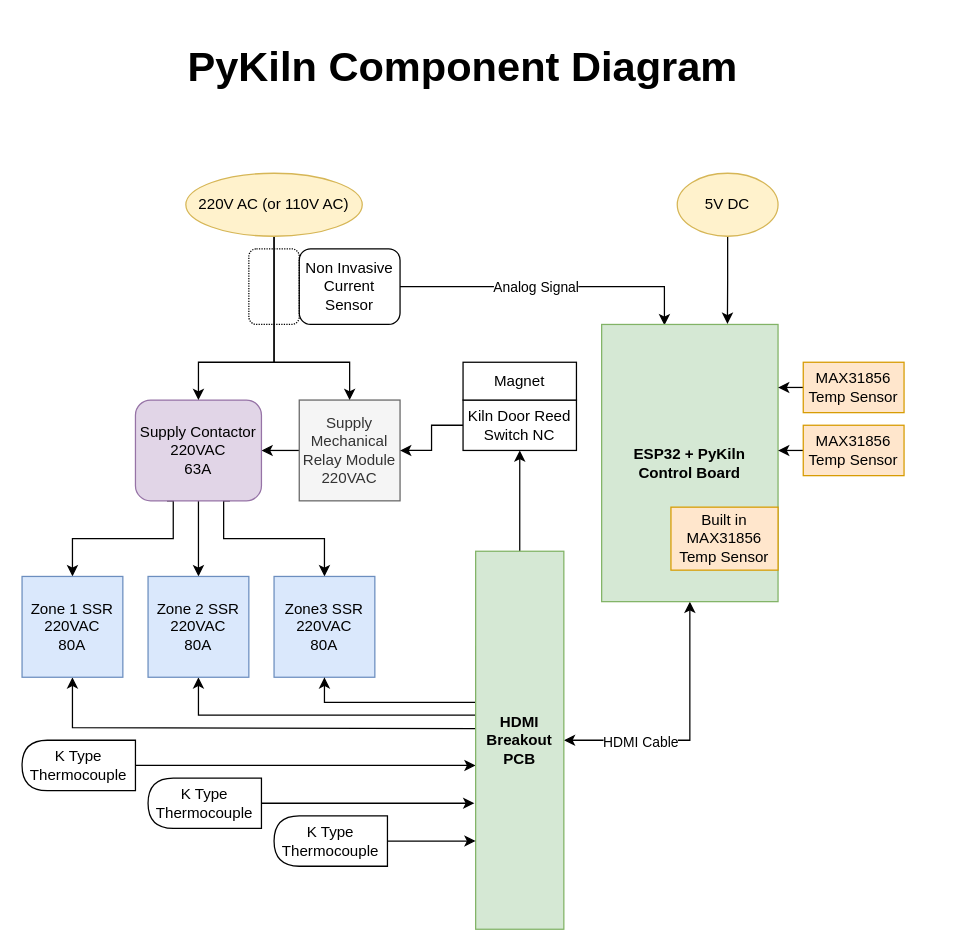
Before: wiring/pykiln-component-diagram.drawio in CurlyTaleGamesLLC/PyKiln, a draw.io diagram. Source tidied: cells renumbered, new cells numbered last; positions are measured from the earlier drawing's top-left corner, leaving out a move shared by most shapes. Both pictures are drawn from the tidied source at 126%, with x=0, y=0 at pixel (21, 21).
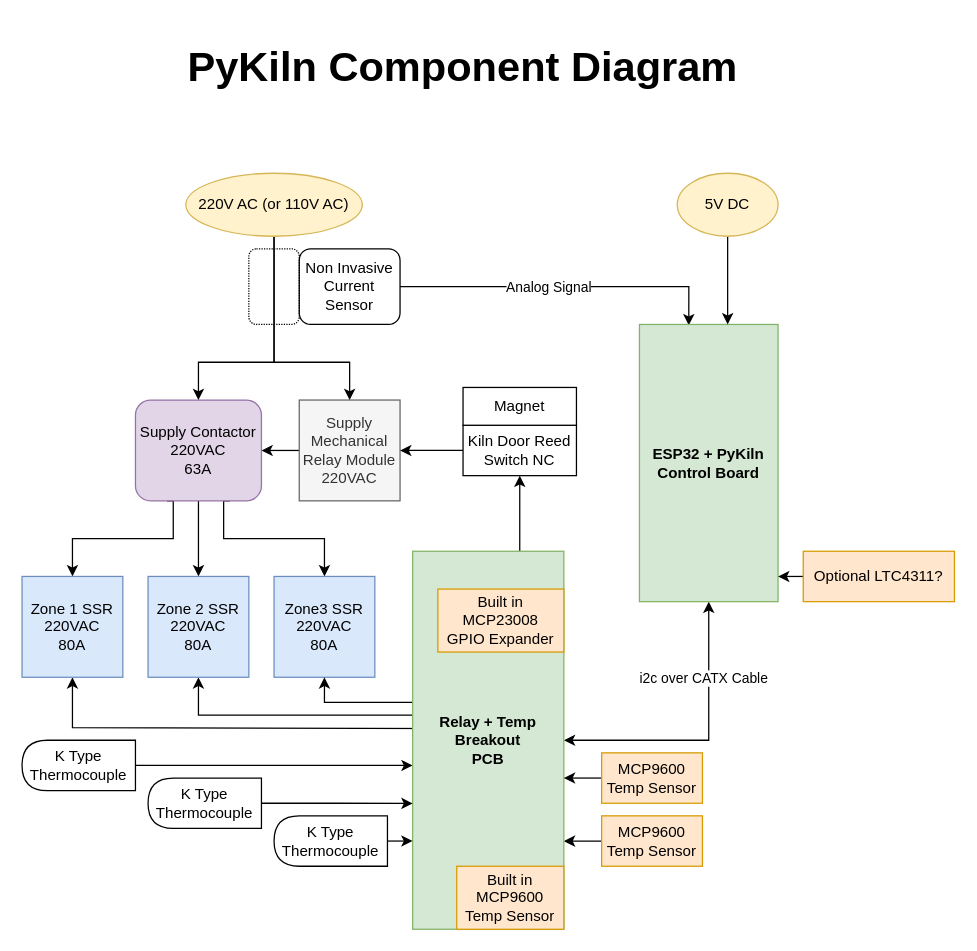
The same diagram, later.

The change refers to these unchanged cells:
```xml
<mxCell id="6" style="edgeStyle=orthogonalEdgeStyle;rounded=0;jettySize=auto;html=1;exitX=0.5;exitY=1;exitDx=0;exitDy=0;entryX=1;entryY=0.5;entryDx=0;entryDy=0;startArrow=classic;startFill=1;" parent="1" edge="1" source="8" target="35">
  <mxGeometry relative="1" as="geometry" />
</mxCell>
<mxCell id="27" value="K Type Thermocouple" style="shape=delay;whiteSpace=wrap;html=1;direction=west;" parent="1" vertex="1">
  <mxGeometry y="570" width="90" height="40" as="geometry" />
</mxCell>
<mxCell id="28" value="Non Invasive Current Sensor" style="rounded=1;whiteSpace=wrap;html=1;" parent="1" vertex="1">
  <mxGeometry x="220" y="180" width="80" height="60" as="geometry" />
</mxCell>
<mxCell id="31" value="5V DC" style="ellipse;whiteSpace=wrap;html=1;fontFamily=Helvetica;fontSize=12;align=center;strokeColor=#d6b656;fillColor=#fff2cc;" parent="1" vertex="1">
  <mxGeometry x="520" y="120" width="80" height="50" as="geometry" />
</mxCell>
<mxCell id="37" value="K Type Thermocouple" style="shape=delay;whiteSpace=wrap;html=1;direction=west;" parent="1" vertex="1">
  <mxGeometry x="100" y="600" width="90" height="40" as="geometry" />
</mxCell>
<mxCell id="39" value="K Type Thermocouple" style="shape=delay;whiteSpace=wrap;html=1;direction=west;" parent="1" vertex="1">
  <mxGeometry x="200" y="630" width="90" height="40" as="geometry" />
</mxCell>
```

The edit, as a diff of the source:
```diff
@@
     <mxCell id="4" style="edgeStyle=orthogonalEdgeStyle;rounded=0;jettySize=auto;html=1;exitX=1;exitY=0.5;exitDx=0;exitDy=0;entryX=0.356;entryY=0.003;entryDx=0;entryDy=0;entryPerimeter=0;" parent="1" edge="1" source="28" target="8">
       <mxGeometry relative="1" as="geometry">
         <Array as="points">
-          <mxPoint x="510" y="210" />
+          <mxPoint x="529" y="210" />
         </Array>
       </mxGeometry>
     </mxCell>
@@
-    <mxCell id="7" value="HDMI Cable" style="edgeLabel;html=1;align=center;verticalAlign=middle;" parent="6" vertex="1">
+    <mxCell id="7" value="i2c over CATX Cable" style="edgeLabel;html=1;align=center;verticalAlign=middle;" parent="6" vertex="1">
       <mxGeometry x="-0.3" y="-35" relative="1" as="geometry">
-        <mxPoint x="-5" y="37.1" as="offset" />
+        <mxPoint x="30" y="-18.6" as="offset" />
       </mxGeometry>
     </mxCell>
     <mxCell id="8" value="ESP32 + PyKiln &lt;br&gt;Control Board" style="rounded=0;whiteSpace=wrap;html=1;fillColor=#d5e8d4;strokeColor=#82b366;fontStyle=1;" parent="1" vertex="1">
-      <mxGeometry x="460" y="240" width="140" height="220" as="geometry" />
+      <mxGeometry x="490" y="240" width="110" height="220" as="geometry" />
     </mxCell>
@@
-    <mxCell id="21" value="Built in MAX31856 Temp Sensor" style="rounded=0;whiteSpace=wrap;html=1;fillColor=#ffe6cc;strokeColor=#d79b00;" parent="1" vertex="1">
-      <mxGeometry x="515" y="385" width="85" height="50" as="geometry" />
-    </mxCell>
-    <mxCell id="22" style="edgeStyle=orthogonalEdgeStyle;rounded=0;jettySize=auto;html=1;exitX=0;exitY=0.5;exitDx=0;exitDy=0;" parent="1" edge="1" source="23">
-      <mxGeometry relative="1" as="geometry">
-        <mxPoint x="600" y="340" as="targetPoint" />
-      </mxGeometry>
-    </mxCell>
+    <mxCell id="43" style="edgeStyle=orthogonalEdgeStyle;rounded=0;jettySize=auto;html=1;entryX=1;entryY=0.767;entryDx=0;entryDy=0;entryPerimeter=0;" parent="1" edge="1" source="23" target="35">
+      <mxGeometry relative="1" as="geometry" />
+    </mxCell>
-    <mxCell id="23" value="MAX31856 Temp Sensor" style="rounded=0;whiteSpace=wrap;html=1;fillColor=#ffe6cc;strokeColor=#d79b00;" parent="1" vertex="1">
-      <mxGeometry x="620" y="320" width="80" height="40" as="geometry" />
+    <mxCell id="23" value="MCP9600 Temp Sensor" style="rounded=0;whiteSpace=wrap;html=1;fillColor=#ffe6cc;strokeColor=#d79b00;" parent="1" vertex="1">
+      <mxGeometry x="460" y="630" width="80" height="40" as="geometry" />
     </mxCell>
-    <mxCell id="24" style="edgeStyle=orthogonalEdgeStyle;rounded=0;jettySize=auto;html=1;exitX=0;exitY=0.5;exitDx=0;exitDy=0;" parent="1" edge="1" source="25">
-      <mxGeometry relative="1" as="geometry">
-        <mxPoint x="600" y="290" as="targetPoint" />
-        <Array as="points">
-          <mxPoint x="600" y="290" />
-        </Array>
-      </mxGeometry>
-    </mxCell>
-    <mxCell id="25" value="MAX31856 Temp Sensor" style="rounded=0;whiteSpace=wrap;html=1;fillColor=#ffe6cc;strokeColor=#d79b00;" parent="1" vertex="1">
-      <mxGeometry x="620" y="270" width="80" height="40" as="geometry" />
-    </mxCell>
     <mxCell id="26" style="edgeStyle=orthogonalEdgeStyle;rounded=0;jettySize=auto;html=1;exitX=0;exitY=0.5;exitDx=0;exitDy=0;" parent="1" edge="1" source="27">
       <mxGeometry relative="1" as="geometry">
-        <mxPoint x="360" y="590" as="targetPoint" />
+        <mxPoint x="310" y="590" as="targetPoint" />
         <Array as="points">
           <mxPoint x="300" y="590" />
           <mxPoint x="300" y="590" />
         </Array>
       </mxGeometry>
     </mxCell>
@@
-    <mxCell id="30" style="edgeStyle=orthogonalEdgeStyle;rounded=0;jettySize=auto;html=1;exitX=0.5;exitY=1;exitDx=0;exitDy=0;entryX=0.713;entryY=-0.002;entryDx=0;entryDy=0;entryPerimeter=0;" parent="1" edge="1" source="31" target="8">
-      <mxGeometry relative="1" as="geometry" />
+    <mxCell id="30" style="edgeStyle=orthogonalEdgeStyle;rounded=0;jettySize=auto;html=1;exitX=0.5;exitY=1;exitDx=0;exitDy=0;" parent="1" edge="1" source="31">
+      <mxGeometry relative="1" as="geometry">
+        <mxPoint x="560" y="240" as="targetPoint" />
+        <Array as="points">
+          <mxPoint x="560" y="240" />
+        </Array>
+      </mxGeometry>
     </mxCell>
@@
     <mxCell id="33" style="edgeStyle=orthogonalEdgeStyle;rounded=0;jettySize=auto;html=1;entryX=0.5;entryY=1;entryDx=0;entryDy=0;startArrow=none;startFill=0;" parent="1" edge="1" source="35" target="41">
-      <mxGeometry relative="1" as="geometry" />
+      <mxGeometry relative="1" as="geometry">
+        <Array as="points">
+          <mxPoint x="395" y="400" />
+          <mxPoint x="395" y="400" />
+        </Array>
+      </mxGeometry>
     </mxCell>
@@
-    <mxCell id="35" value="HDMI&lt;br&gt;Breakout&lt;br&gt;PCB" style="rounded=0;whiteSpace=wrap;html=1;fillColor=#d5e8d4;strokeColor=#82b366;fontStyle=1;" parent="1" vertex="1">
-      <mxGeometry x="360" y="420" width="70" height="300" as="geometry" />
+    <mxCell id="35" value="Relay + Temp&lt;br&gt;Breakout&lt;br&gt;PCB" style="rounded=0;whiteSpace=wrap;html=1;fillColor=#d5e8d4;strokeColor=#82b366;fontStyle=1;" parent="1" vertex="1">
+      <mxGeometry x="310" y="420" width="120" height="300" as="geometry" />
     </mxCell>
-    <mxCell id="36" style="edgeStyle=orthogonalEdgeStyle;rounded=0;jettySize=auto;html=1;exitX=0;exitY=0.5;exitDx=0;exitDy=0;" parent="1" edge="1" source="37">
-      <mxGeometry relative="1" as="geometry">
-        <mxPoint x="359" y="620" as="targetPoint" />
-        <Array as="points">
-          <mxPoint x="359" y="620" />
-        </Array>
-      </mxGeometry>
-    </mxCell>
+    <mxCell id="44" style="edgeStyle=orthogonalEdgeStyle;rounded=0;jettySize=auto;html=1;entryX=0;entryY=0.667;entryDx=0;entryDy=0;entryPerimeter=0;" parent="1" edge="1" source="37" target="35">
+      <mxGeometry relative="1" as="geometry" />
+    </mxCell>
@@
-    <mxCell id="38" style="edgeStyle=orthogonalEdgeStyle;rounded=0;jettySize=auto;html=1;exitX=0;exitY=0.5;exitDx=0;exitDy=0;startArrow=none;startFill=0;" parent="1" edge="1" source="39">
-      <mxGeometry relative="1" as="geometry">
-        <mxPoint x="360" y="650" as="targetPoint" />
-      </mxGeometry>
-    </mxCell>
+    <mxCell id="45" style="edgeStyle=orthogonalEdgeStyle;rounded=0;jettySize=auto;html=1;entryX=0;entryY=0.767;entryDx=0;entryDy=0;entryPerimeter=0;" parent="1" edge="1" source="39" target="35">
+      <mxGeometry relative="1" as="geometry" />
+    </mxCell>
@@
     <mxCell id="41" value="Kiln Door Reed Switch NC" style="rounded=0;whiteSpace=wrap;html=1;" parent="1" vertex="1">
-      <mxGeometry x="350" y="300" width="90" height="40" as="geometry" />
+      <mxGeometry x="350" y="320" width="90" height="40" as="geometry" />
     </mxCell>
     <mxCell id="42" value="Magnet" style="rounded=0;whiteSpace=wrap;html=1;" parent="1" vertex="1">
-      <mxGeometry x="350" y="270" width="90" height="30" as="geometry" />
+      <mxGeometry x="350" y="290" width="90" height="30" as="geometry" />
     </mxCell>
+    <mxCell id="21" value="Built in MCP9600 Temp Sensor" style="rounded=0;whiteSpace=wrap;html=1;fillColor=#ffe6cc;strokeColor=#d79b00;" parent="1" vertex="1">
+      <mxGeometry x="345" y="670" width="85" height="50" as="geometry" />
+    </mxCell>
+    <mxCell id="46" value="Built in MCP23008&lt;br&gt;GPIO Expander" style="rounded=0;whiteSpace=wrap;html=1;fillColor=#ffe6cc;strokeColor=#d79b00;" parent="1" vertex="1">
+      <mxGeometry x="330" y="450" width="100" height="50" as="geometry" />
+    </mxCell>
+    <mxCell id="47" style="edgeStyle=orthogonalEdgeStyle;rounded=0;jettySize=auto;html=1;exitX=0;exitY=0.5;exitDx=0;exitDy=0;entryX=1;entryY=0.91;entryDx=0;entryDy=0;entryPerimeter=0;" parent="1" edge="1" source="48" target="8">
+      <mxGeometry relative="1" as="geometry" />
+    </mxCell>
+    <mxCell id="48" value="Optional&amp;nbsp;LTC4311?" style="rounded=0;whiteSpace=wrap;html=1;fillColor=#ffe6cc;strokeColor=#d79b00;" parent="1" vertex="1">
+      <mxGeometry x="620" y="420" width="120" height="40" as="geometry" />
+    </mxCell>
+    <mxCell id="49" style="edgeStyle=orthogonalEdgeStyle;rounded=0;jettySize=auto;html=1;exitX=0;exitY=0.5;exitDx=0;exitDy=0;entryX=1;entryY=0.6;entryDx=0;entryDy=0;entryPerimeter=0;" parent="1" edge="1" source="50" target="35">
+      <mxGeometry relative="1" as="geometry" />
+    </mxCell>
+    <mxCell id="50" value="MCP9600 Temp Sensor" style="rounded=0;whiteSpace=wrap;html=1;fillColor=#ffe6cc;strokeColor=#d79b00;" parent="1" vertex="1">
+      <mxGeometry x="460" y="580" width="80" height="40" as="geometry" />
+    </mxCell>
```
